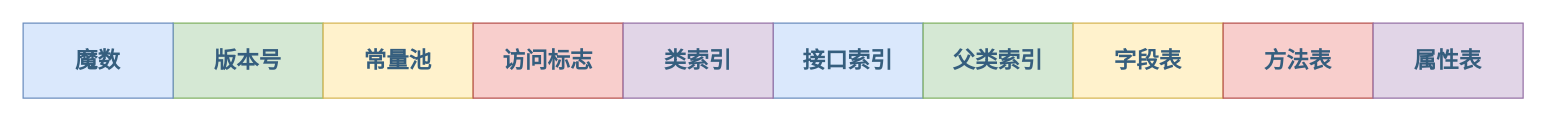
Earlier version of the draw.io diagram page "类文件结构" (1 of 2) of assets/Java/JavaCore/JVM/Java虚拟机之字节码.drawio (dunwu/waterdrop). Source tidied: cells renumbered, new cells numbered last; positions are measured from the earlier drawing's top-left corner, leaving out a move shared by most shapes. Both pictures are drawn from the tidied source at 125%, with x=0, y=0 at pixel (22, 22).
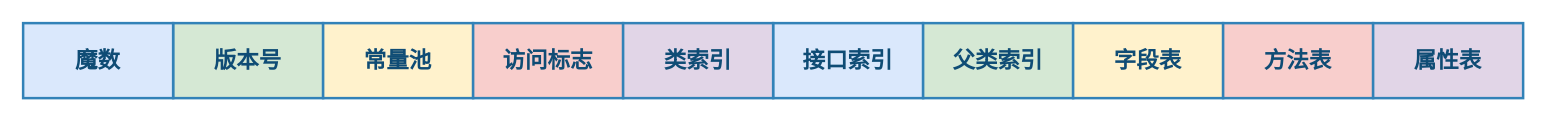
The same page after the edit.

Change to the diagram source:
```diff
@@
 <mxGraphModel>
   <root>
     <mxCell id="0" />
     <mxCell id="1" parent="0" />
-    <mxCell id="2" value="版本号" style="rounded=0;whiteSpace=wrap;html=1;fontSize=18;fillColor=#d5e8d4;strokeColor=#82b366;fontStyle=1;shadow=0;fontColor=#355E7E;" parent="1" vertex="1">
+    <mxCell id="2" value="版本号" style="rounded=0;whiteSpace=wrap;html=1;fontSize=18;fillColor=#d5e8d4;strokeColor=#3282B8;fontStyle=1;shadow=0;fontColor=#0F4C75;strokeWidth=2;fontFamily=Comic Sans MS;" parent="1" vertex="1">
       <mxGeometry x="120" width="120" height="60" as="geometry" />
     </mxCell>
-    <mxCell id="3" value="魔数" style="rounded=0;whiteSpace=wrap;html=1;fontSize=18;fillColor=#dae8fc;strokeColor=#6c8ebf;fontStyle=1;shadow=0;fontColor=#355E7E;" parent="1" vertex="1">
+    <mxCell id="3" value="魔数" style="rounded=0;whiteSpace=wrap;html=1;fontSize=18;fillColor=#dae8fc;strokeColor=#3282B8;fontStyle=1;shadow=0;fontColor=#0F4C75;strokeWidth=2;fontFamily=Comic Sans MS;" parent="1" vertex="1">
       <mxGeometry width="120" height="60" as="geometry" />
     </mxCell>
-    <mxCell id="4" value="常量池" style="rounded=0;whiteSpace=wrap;html=1;fontSize=18;fillColor=#fff2cc;strokeColor=#d6b656;fontStyle=1;shadow=0;fontColor=#355E7E;" parent="1" vertex="1">
+    <mxCell id="4" value="常量池" style="rounded=0;whiteSpace=wrap;html=1;fontSize=18;fillColor=#fff2cc;strokeColor=#3282B8;fontStyle=1;shadow=0;fontColor=#0F4C75;strokeWidth=2;fontFamily=Comic Sans MS;" parent="1" vertex="1">
       <mxGeometry x="240" width="120" height="60" as="geometry" />
     </mxCell>
-    <mxCell id="5" value="访问标志" style="rounded=0;whiteSpace=wrap;html=1;fontSize=18;fillColor=#f8cecc;strokeColor=#b85450;fontStyle=1;shadow=0;fontColor=#355E7E;" parent="1" vertex="1">
+    <mxCell id="5" value="访问标志" style="rounded=0;whiteSpace=wrap;html=1;fontSize=18;fillColor=#f8cecc;strokeColor=#3282B8;fontStyle=1;shadow=0;fontColor=#0F4C75;strokeWidth=2;fontFamily=Comic Sans MS;" parent="1" vertex="1">
       <mxGeometry x="360" width="120" height="60" as="geometry" />
     </mxCell>
-    <mxCell id="6" value="接口索引" style="rounded=0;whiteSpace=wrap;html=1;fontSize=18;fillColor=#dae8fc;strokeColor=#6c8ebf;fontStyle=1;shadow=0;fontColor=#355E7E;" parent="1" vertex="1">
+    <mxCell id="6" value="接口索引" style="rounded=0;whiteSpace=wrap;html=1;fontSize=18;fillColor=#dae8fc;strokeColor=#3282B8;fontStyle=1;shadow=0;fontColor=#0F4C75;strokeWidth=2;fontFamily=Comic Sans MS;" parent="1" vertex="1">
       <mxGeometry x="600" width="120" height="60" as="geometry" />
     </mxCell>
-    <mxCell id="7" value="类索引" style="rounded=0;whiteSpace=wrap;html=1;fontSize=18;fillColor=#e1d5e7;strokeColor=#9673a6;fontStyle=1;shadow=0;fontColor=#355E7E;" parent="1" vertex="1">
+    <mxCell id="7" value="类索引" style="rounded=0;whiteSpace=wrap;html=1;fontSize=18;fillColor=#e1d5e7;strokeColor=#3282B8;fontStyle=1;shadow=0;fontColor=#0F4C75;strokeWidth=2;fontFamily=Comic Sans MS;" parent="1" vertex="1">
       <mxGeometry x="480" width="120" height="60" as="geometry" />
     </mxCell>
-    <mxCell id="8" value="父类索引" style="rounded=0;whiteSpace=wrap;html=1;fontSize=18;fillColor=#d5e8d4;strokeColor=#82b366;fontStyle=1;shadow=0;fontColor=#355E7E;" parent="1" vertex="1">
+    <mxCell id="8" value="父类索引" style="rounded=0;whiteSpace=wrap;html=1;fontSize=18;fillColor=#d5e8d4;strokeColor=#3282B8;fontStyle=1;shadow=0;fontColor=#0F4C75;strokeWidth=2;fontFamily=Comic Sans MS;" parent="1" vertex="1">
       <mxGeometry x="720" width="120" height="60" as="geometry" />
     </mxCell>
-    <mxCell id="9" value="字段表" style="rounded=0;whiteSpace=wrap;html=1;fontSize=18;fillColor=#fff2cc;strokeColor=#d6b656;fontStyle=1;shadow=0;fontColor=#355E7E;" parent="1" vertex="1">
+    <mxCell id="9" value="字段表" style="rounded=0;whiteSpace=wrap;html=1;fontSize=18;fillColor=#fff2cc;strokeColor=#3282B8;fontStyle=1;shadow=0;fontColor=#0F4C75;strokeWidth=2;fontFamily=Comic Sans MS;" parent="1" vertex="1">
       <mxGeometry x="840" width="120" height="60" as="geometry" />
     </mxCell>
-    <mxCell id="10" value="方法表" style="rounded=0;whiteSpace=wrap;html=1;fontSize=18;fillColor=#f8cecc;strokeColor=#b85450;fontStyle=1;shadow=0;fontColor=#355E7E;" parent="1" vertex="1">
+    <mxCell id="10" value="方法表" style="rounded=0;whiteSpace=wrap;html=1;fontSize=18;fillColor=#f8cecc;strokeColor=#3282B8;fontStyle=1;shadow=0;fontColor=#0F4C75;strokeWidth=2;fontFamily=Comic Sans MS;" parent="1" vertex="1">
       <mxGeometry x="960" width="120" height="60" as="geometry" />
     </mxCell>
-    <mxCell id="11" value="属性表" style="rounded=0;whiteSpace=wrap;html=1;fontSize=18;fillColor=#e1d5e7;strokeColor=#9673a6;fontStyle=1;shadow=0;fontColor=#355E7E;" parent="1" vertex="1">
+    <mxCell id="11" value="属性表" style="rounded=0;whiteSpace=wrap;html=1;fontSize=18;fillColor=#e1d5e7;strokeColor=#3282B8;fontStyle=1;shadow=0;fontColor=#0F4C75;strokeWidth=2;fontFamily=Comic Sans MS;" parent="1" vertex="1">
       <mxGeometry x="1080" width="120" height="60" as="geometry" />
     </mxCell>
   </root>
 </mxGraphModel>
```
